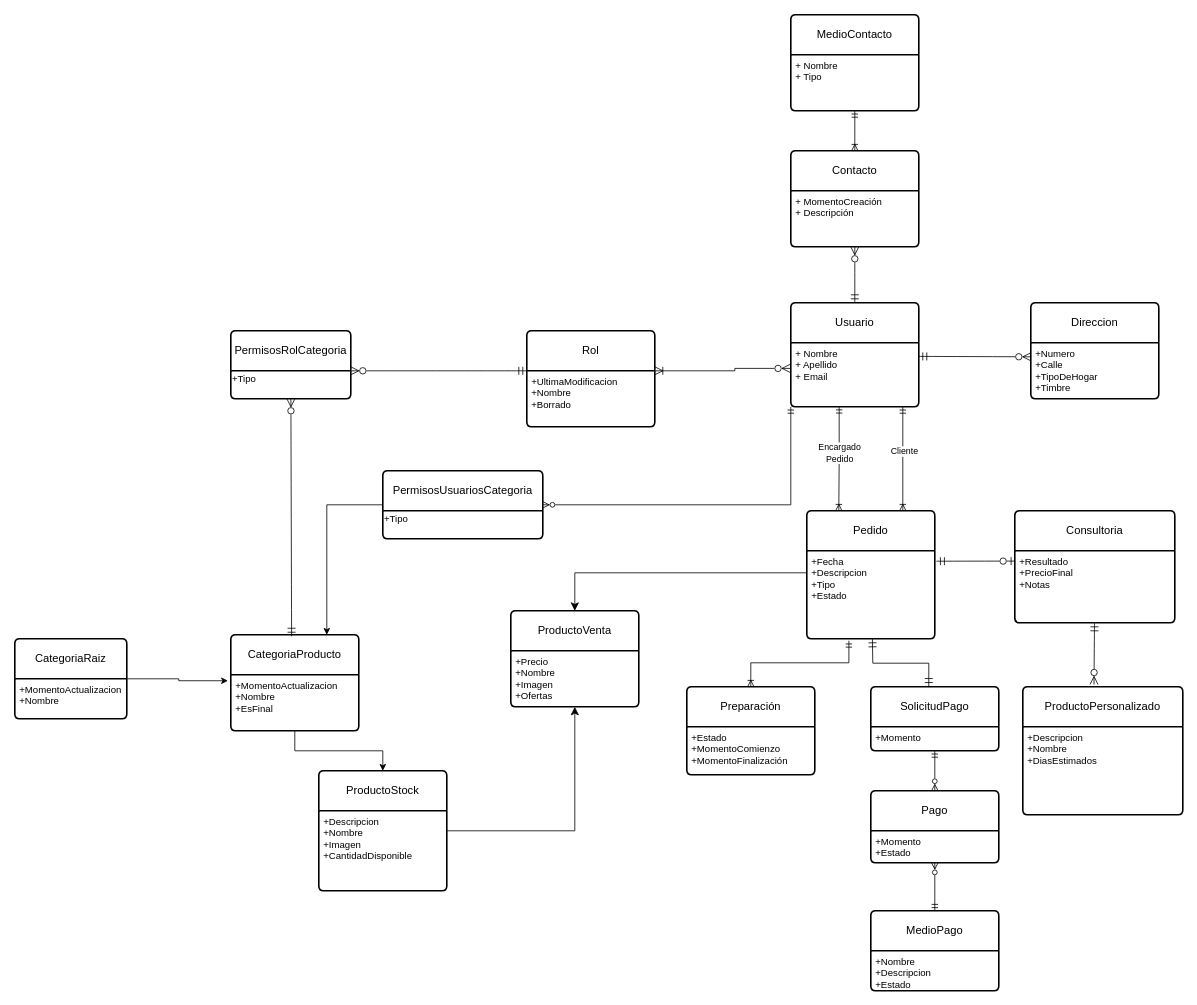
Earlier version of the draw.io diagram propuesta/ModeloDatos/DiagramaDeDatosDeProcesos.drawio (elelouch/TrabajoFinalAUS). Source tidied: cells renumbered, new cells numbered last; positions are measured from the earlier drawing's top-left corner, leaving out a move shared by most shapes. Both pictures are drawn from the tidied source at 80%, with x=0, y=0 at pixel (14, 14).
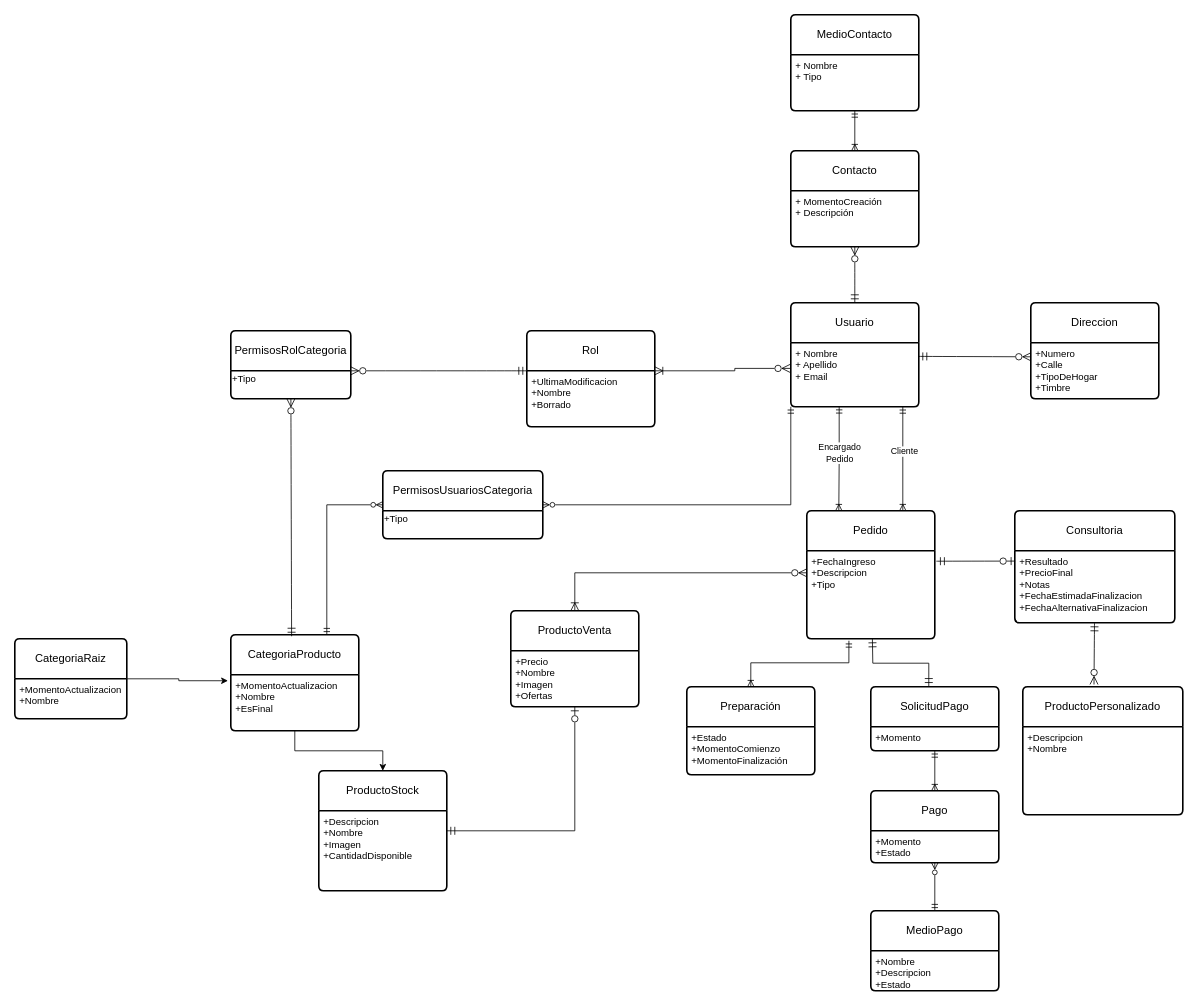
The same page after the edit.

Unchanged cells that the change refers to:
```xml
<mxCell id="4" value="Pedido" style="swimlane;horizontal=1;startSize=50;rounded=1;fontSize=14;fontStyle=0;strokeWidth=2;shadow=0;dashed=0;align=center;arcSize=4;whiteSpace=wrap;html=1;" parent="1" vertex="1">
  <mxGeometry x="990" y="620" width="160" height="160" as="geometry" />
</mxCell>
<mxCell id="7" value="+Momento" style="align=left;strokeColor=none;fillColor=none;spacingLeft=4;spacingRight=4;fontSize=12;verticalAlign=top;html=1;whiteSpace=wrap;" parent="6" vertex="1">
  <mxGeometry y="50" width="160" height="30" as="geometry" />
</mxCell>
<mxCell id="8" value="ProductoVenta" style="swimlane;horizontal=1;startSize=50;rounded=1;fontSize=14;fontStyle=0;strokeWidth=2;shadow=0;dashed=0;align=center;arcSize=4;whiteSpace=wrap;html=1;" parent="1" vertex="1">
  <mxGeometry x="620" y="745" width="160" height="120" as="geometry" />
</mxCell>
<mxCell id="9" value="+Precio&lt;br&gt;&lt;div&gt;+Nombre&lt;br&gt;+Imagen&lt;div&gt;+Ofertas&lt;/div&gt;&lt;/div&gt;" style="align=left;strokeColor=none;fillColor=none;spacingLeft=4;spacingRight=4;fontSize=12;verticalAlign=top;html=1;whiteSpace=wrap;" parent="8" vertex="1">
  <mxGeometry y="50" width="160" height="70" as="geometry" />
</mxCell>
<mxCell id="11" value="ProductoStock" style="swimlane;horizontal=1;startSize=50;rounded=1;fontSize=14;fontStyle=0;strokeWidth=2;shadow=0;dashed=0;align=center;arcSize=4;whiteSpace=wrap;html=1;" parent="1" vertex="1">
  <mxGeometry x="380" y="945" width="160" height="150" as="geometry" />
</mxCell>
<mxCell id="13" value="CategoriaProducto" style="swimlane;horizontal=1;startSize=50;rounded=1;fontSize=14;fontStyle=0;strokeWidth=2;shadow=0;dashed=0;align=center;arcSize=4;whiteSpace=wrap;html=1;" parent="1" vertex="1">
  <mxGeometry x="270" y="775" width="160" height="120" as="geometry" />
</mxCell>
<mxCell id="26" value="Consultoria" style="swimlane;horizontal=1;startSize=50;rounded=1;fontSize=14;fontStyle=0;strokeWidth=2;shadow=0;dashed=0;align=center;arcSize=4;whiteSpace=wrap;html=1;" parent="1" vertex="1">
  <mxGeometry x="1250" y="620" width="200" height="140" as="geometry" />
</mxCell>
<mxCell id="30" value="ProductoPersonalizado" style="swimlane;horizontal=1;startSize=50;rounded=1;fontSize=14;fontStyle=0;strokeWidth=2;shadow=0;dashed=0;align=center;arcSize=4;whiteSpace=wrap;html=1;" parent="1" vertex="1">
  <mxGeometry x="1260" y="840" width="200" height="160" as="geometry" />
</mxCell>
<mxCell id="44" value="Pago" style="swimlane;horizontal=1;startSize=50;rounded=1;fontSize=14;fontStyle=0;strokeWidth=2;shadow=0;dashed=0;align=center;arcSize=4;whiteSpace=wrap;html=1;" parent="1" vertex="1">
  <mxGeometry x="1070" y="970" width="160" height="90" as="geometry" />
</mxCell>
<mxCell id="57" value="&lt;div&gt;PermisosUsuariosCategoria&lt;/div&gt;" style="swimlane;horizontal=1;startSize=50;rounded=1;fontSize=14;fontStyle=0;strokeWidth=2;shadow=0;dashed=0;align=center;arcSize=4;whiteSpace=wrap;html=1;" parent="1" vertex="1">
  <mxGeometry x="460" y="570" width="200" height="85" as="geometry" />
</mxCell>
```

Change to the diagram source:
```diff
@@
-    <mxCell id="5" value="+Fecha&lt;br&gt;+Descripcion&lt;br&gt;&lt;div&gt;+Tipo&lt;/div&gt;&lt;div&gt;+Estado&lt;/div&gt;&lt;div&gt;&lt;br&gt;&lt;/div&gt;" style="align=left;strokeColor=none;fillColor=none;spacingLeft=4;spacingRight=4;fontSize=12;verticalAlign=top;html=1;whiteSpace=wrap;" parent="4" vertex="1">
+    <mxCell id="5" value="+FechaIngreso&lt;br&gt;+Descripcion&lt;br&gt;&lt;div&gt;+Tipo&lt;/div&gt;" style="align=left;strokeColor=none;fillColor=none;spacingLeft=4;spacingRight=4;fontSize=12;verticalAlign=top;html=1;whiteSpace=wrap;" parent="4" vertex="1">
       <mxGeometry y="50" width="160" height="110" as="geometry" />
     </mxCell>
@@
-    <mxCell id="10" style="edgeStyle=orthogonalEdgeStyle;rounded=0;jettySize=auto;html=1;fontSize=12;startSize=8;endSize=8;entryX=0.5;entryY=1;entryDx=0;entryDy=0;" parent="1" edge="1" source="11" target="9">
+    <mxCell id="10" style="edgeStyle=orthogonalEdgeStyle;rounded=0;jettySize=auto;html=1;fontSize=12;startSize=8;endSize=8;entryX=0.5;entryY=1;entryDx=0;entryDy=0;startArrow=ERmandOne;startFill=0;endArrow=ERzeroToOne;endFill=0;" parent="1" edge="1" source="11" target="9">
       <mxGeometry relative="1" as="geometry" />
     </mxCell>
@@
-    <mxCell id="27" value="+Resultado&lt;div&gt;+PrecioFinal&lt;/div&gt;&lt;div&gt;+Notas&lt;/div&gt;" style="align=left;strokeColor=none;fillColor=none;spacingLeft=4;spacingRight=4;fontSize=12;verticalAlign=top;html=1;whiteSpace=wrap;" parent="26" vertex="1">
+    <mxCell id="27" value="+Resultado&lt;div&gt;+PrecioFinal&lt;/div&gt;&lt;div&gt;+Notas&lt;/div&gt;&lt;div&gt;+FechaEstimadaFinalizacion&lt;/div&gt;&lt;div&gt;+FechaAlternativaFinalizacion&lt;/div&gt;" style="align=left;strokeColor=none;fillColor=none;spacingLeft=4;spacingRight=4;fontSize=12;verticalAlign=top;html=1;whiteSpace=wrap;" parent="26" vertex="1">
       <mxGeometry y="50" width="200" height="90" as="geometry" />
     </mxCell>
@@
-    <mxCell id="31" value="+Descripcion&lt;div&gt;+Nombre&lt;/div&gt;&lt;div&gt;+DiasEstimados&lt;/div&gt;" style="align=left;strokeColor=none;fillColor=none;spacingLeft=4;spacingRight=4;fontSize=12;verticalAlign=top;html=1;whiteSpace=wrap;" parent="30" vertex="1">
+    <mxCell id="31" value="+Descripcion&lt;div&gt;+Nombre&lt;/div&gt;&lt;div&gt;&lt;br&gt;&lt;/div&gt;" style="align=left;strokeColor=none;fillColor=none;spacingLeft=4;spacingRight=4;fontSize=12;verticalAlign=top;html=1;whiteSpace=wrap;" parent="30" vertex="1">
       <mxGeometry y="50" width="200" height="110" as="geometry" />
     </mxCell>
@@
-    <mxCell id="34" style="edgeStyle=orthogonalEdgeStyle;rounded=0;jettySize=auto;html=1;entryX=0.5;entryY=0;entryDx=0;entryDy=0;fontSize=12;startSize=8;endSize=8;exitX=0;exitY=0.25;exitDx=0;exitDy=0;" parent="1" edge="1" source="5" target="8">
+    <mxCell id="34" style="edgeStyle=orthogonalEdgeStyle;rounded=0;jettySize=auto;html=1;entryX=0.5;entryY=0;entryDx=0;entryDy=0;fontSize=12;startSize=8;endSize=8;exitX=0;exitY=0.25;exitDx=0;exitDy=0;startArrow=ERzeroToMany;startFill=0;endArrow=ERoneToMany;endFill=0;" parent="1" edge="1" source="5" target="8">
       <mxGeometry relative="1" as="geometry" />
     </mxCell>
@@
-    <mxCell id="48" style="edgeStyle=orthogonalEdgeStyle;rounded=0;jettySize=auto;html=1;entryX=0.5;entryY=0;entryDx=0;entryDy=0;endArrow=ERzeroToMany;endFill=0;startArrow=ERmandOne;startFill=0;" parent="1" edge="1" source="7" target="44">
+    <mxCell id="48" style="edgeStyle=orthogonalEdgeStyle;rounded=0;jettySize=auto;html=1;entryX=0.5;entryY=0;entryDx=0;entryDy=0;endArrow=ERoneToMany;endFill=0;startArrow=ERmandOne;startFill=0;" parent="1" edge="1" source="7" target="44">
       <mxGeometry relative="1" as="geometry" />
     </mxCell>
@@
-    <mxCell id="56" style="edgeStyle=orthogonalEdgeStyle;rounded=0;jettySize=auto;html=1;entryX=0.75;entryY=0;entryDx=0;entryDy=0;" parent="1" edge="1" source="57" target="13">
+    <mxCell id="56" style="edgeStyle=orthogonalEdgeStyle;rounded=0;jettySize=auto;html=1;entryX=0.75;entryY=0;entryDx=0;entryDy=0;endArrow=ERmandOne;endFill=0;startArrow=ERzeroToMany;startFill=0;" parent="1" edge="1" source="57" target="13">
       <mxGeometry relative="1" as="geometry" />
     </mxCell>
```
